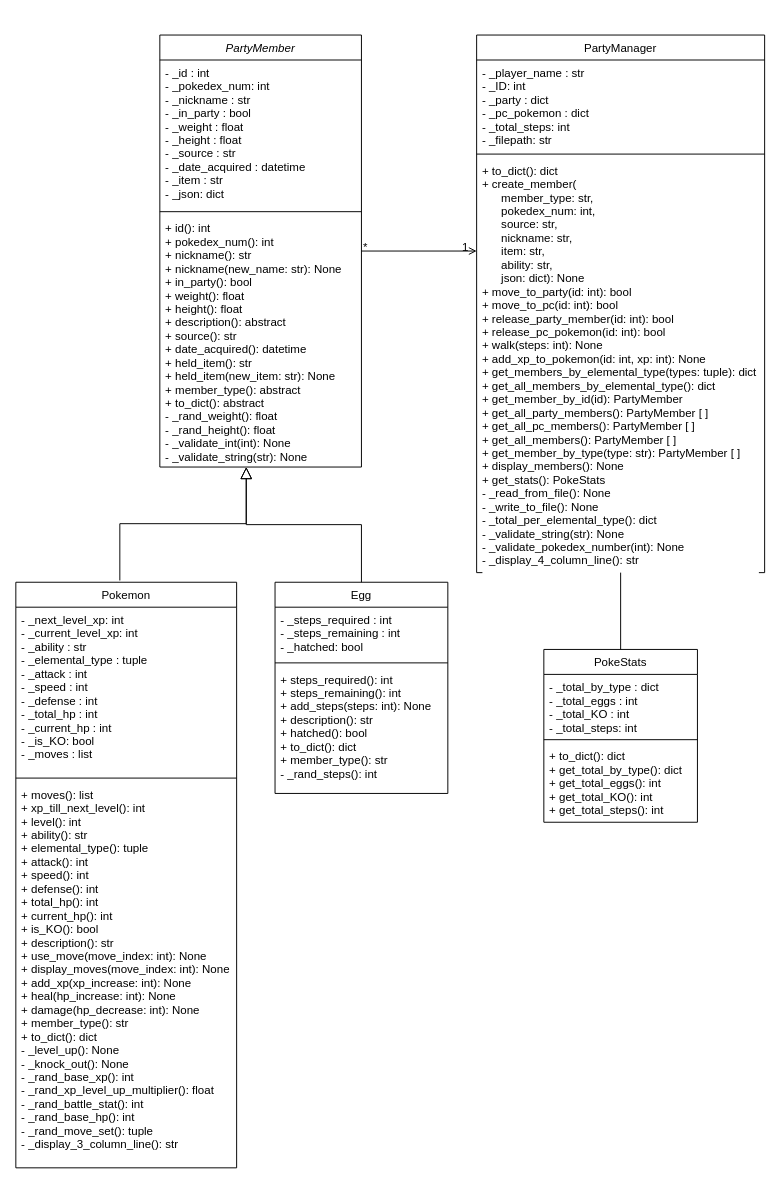
This is docs/POOP Ass Pokemon UML UPDATEDASS3.drawio from crockk/python-pokemanager, a draw.io file, before an edit. Source tidied: cells renumbered, new cells numbered last; positions are measured from the earlier drawing's top-left corner, leaving out a move shared by most shapes. Both pictures are drawn from the tidied source at 96%, with x=0, y=0 at pixel (15, 35).
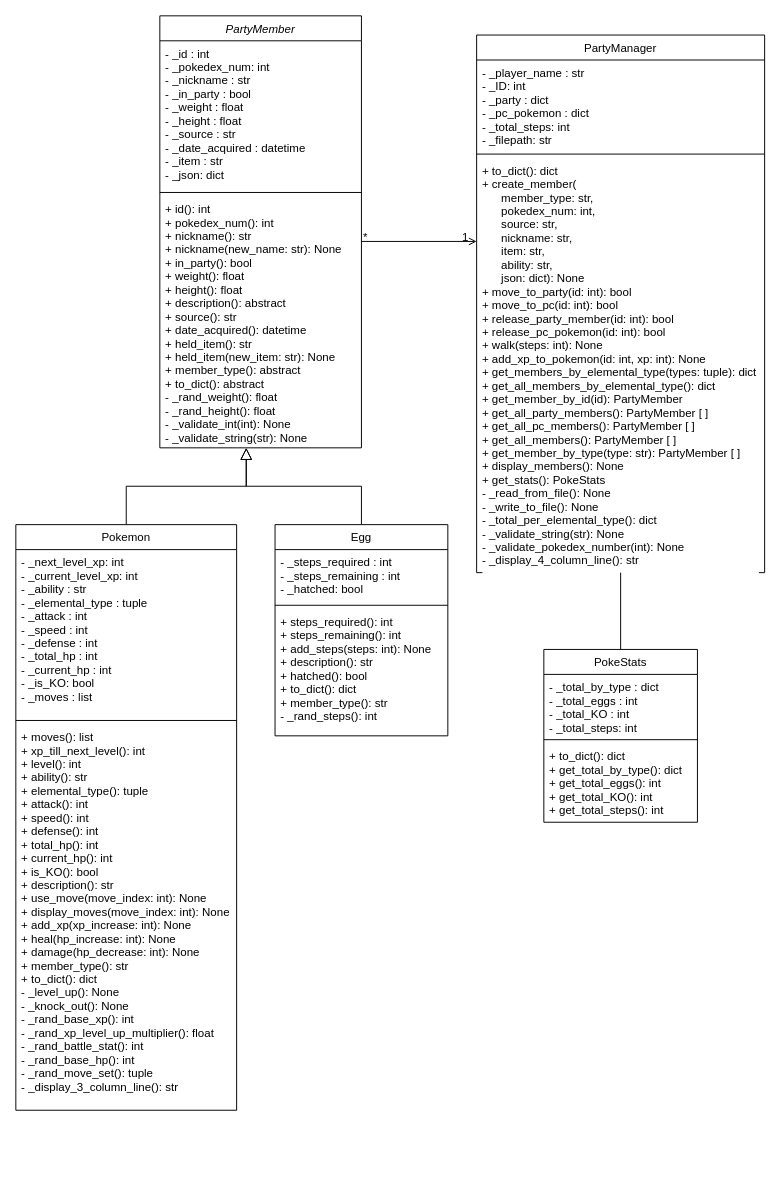
The same diagram, later.

Commit message (it also covers changes not shown here):
Fixed positioning for PDF format of UML

Diff of the diagram source:
```diff
@@
     <mxCell id="2" value="PartyMember" style="swimlane;fontStyle=2;align=center;verticalAlign=top;horizontal=1;startSize=26;rounded=0;shadow=0;strokeWidth=1;" parent="1" vertex="1">
-      <mxGeometry x="150" width="210" height="450" as="geometry" />
+      <mxGeometry x="150" y="-20" width="210" height="450" as="geometry" />
     </mxCell>
@@
     <mxCell id="6" value="Pokemon" style="swimlane;fontStyle=0;align=center;verticalAlign=top;horizontal=1;startSize=26;rounded=0;shadow=0;strokeWidth=1;" parent="1" vertex="1">
-      <mxGeometry y="570" width="230" height="610" as="geometry" />
+      <mxGeometry y="510" width="230" height="610" as="geometry" />
     </mxCell>
@@
-    <mxCell id="10" style="endArrow=block;endSize=10;endFill=0;shadow=0;strokeWidth=1;rounded=0;edgeStyle=elbowEdgeStyle;elbow=vertical;exitX=0.471;exitY=-0.003;exitDx=0;exitDy=0;exitPerimeter=0;" parent="1" edge="1" source="6">
+    <mxCell id="10" style="endArrow=block;endSize=10;endFill=0;shadow=0;strokeWidth=1;rounded=0;edgeStyle=elbowEdgeStyle;elbow=vertical;" parent="1" edge="1" source="6">
       <mxGeometry relative="1" as="geometry">
-        <mxPoint x="240" y="450" as="targetPoint" />
+        <mxPoint x="240" y="430" as="targetPoint" />
       </mxGeometry>
     </mxCell>
-    <mxCell id="11" style="endArrow=block;endSize=10;endFill=0;shadow=0;strokeWidth=1;rounded=0;edgeStyle=elbowEdgeStyle;elbow=vertical;exitX=0.5;exitY=0;exitDx=0;exitDy=0;" parent="1" edge="1">
+    <mxCell id="11" style="endArrow=block;endSize=10;endFill=0;shadow=0;strokeWidth=1;rounded=0;edgeStyle=elbowEdgeStyle;elbow=vertical;exitX=0.5;exitY=0;exitDx=0;exitDy=0;" parent="1" edge="1" source="19">
       <mxGeometry relative="1" as="geometry">
-        <mxPoint x="360" y="580" as="sourcePoint" />
-        <mxPoint x="240" y="450" as="targetPoint" />
+        <mxPoint x="240" y="430" as="targetPoint" />
         <Array as="points">
-          <mxPoint x="300" y="510" />
-          <mxPoint x="250" y="515" />
-          <mxPoint x="250" y="515" />
-          <mxPoint x="225" y="515" />
+          <mxPoint x="300" y="470" />
+          <mxPoint x="250" y="495" />
+          <mxPoint x="250" y="495" />
+          <mxPoint x="225" y="495" />
         </Array>
       </mxGeometry>
     </mxCell>
@@
     <mxCell id="19" value="Egg" style="swimlane;fontStyle=0;align=center;verticalAlign=top;horizontal=1;startSize=26;rounded=0;shadow=0;strokeWidth=1;" parent="1" vertex="1">
-      <mxGeometry x="270" y="570" width="180" height="220" as="geometry" />
+      <mxGeometry x="270" y="510" width="180" height="220" as="geometry" />
     </mxCell>
```
